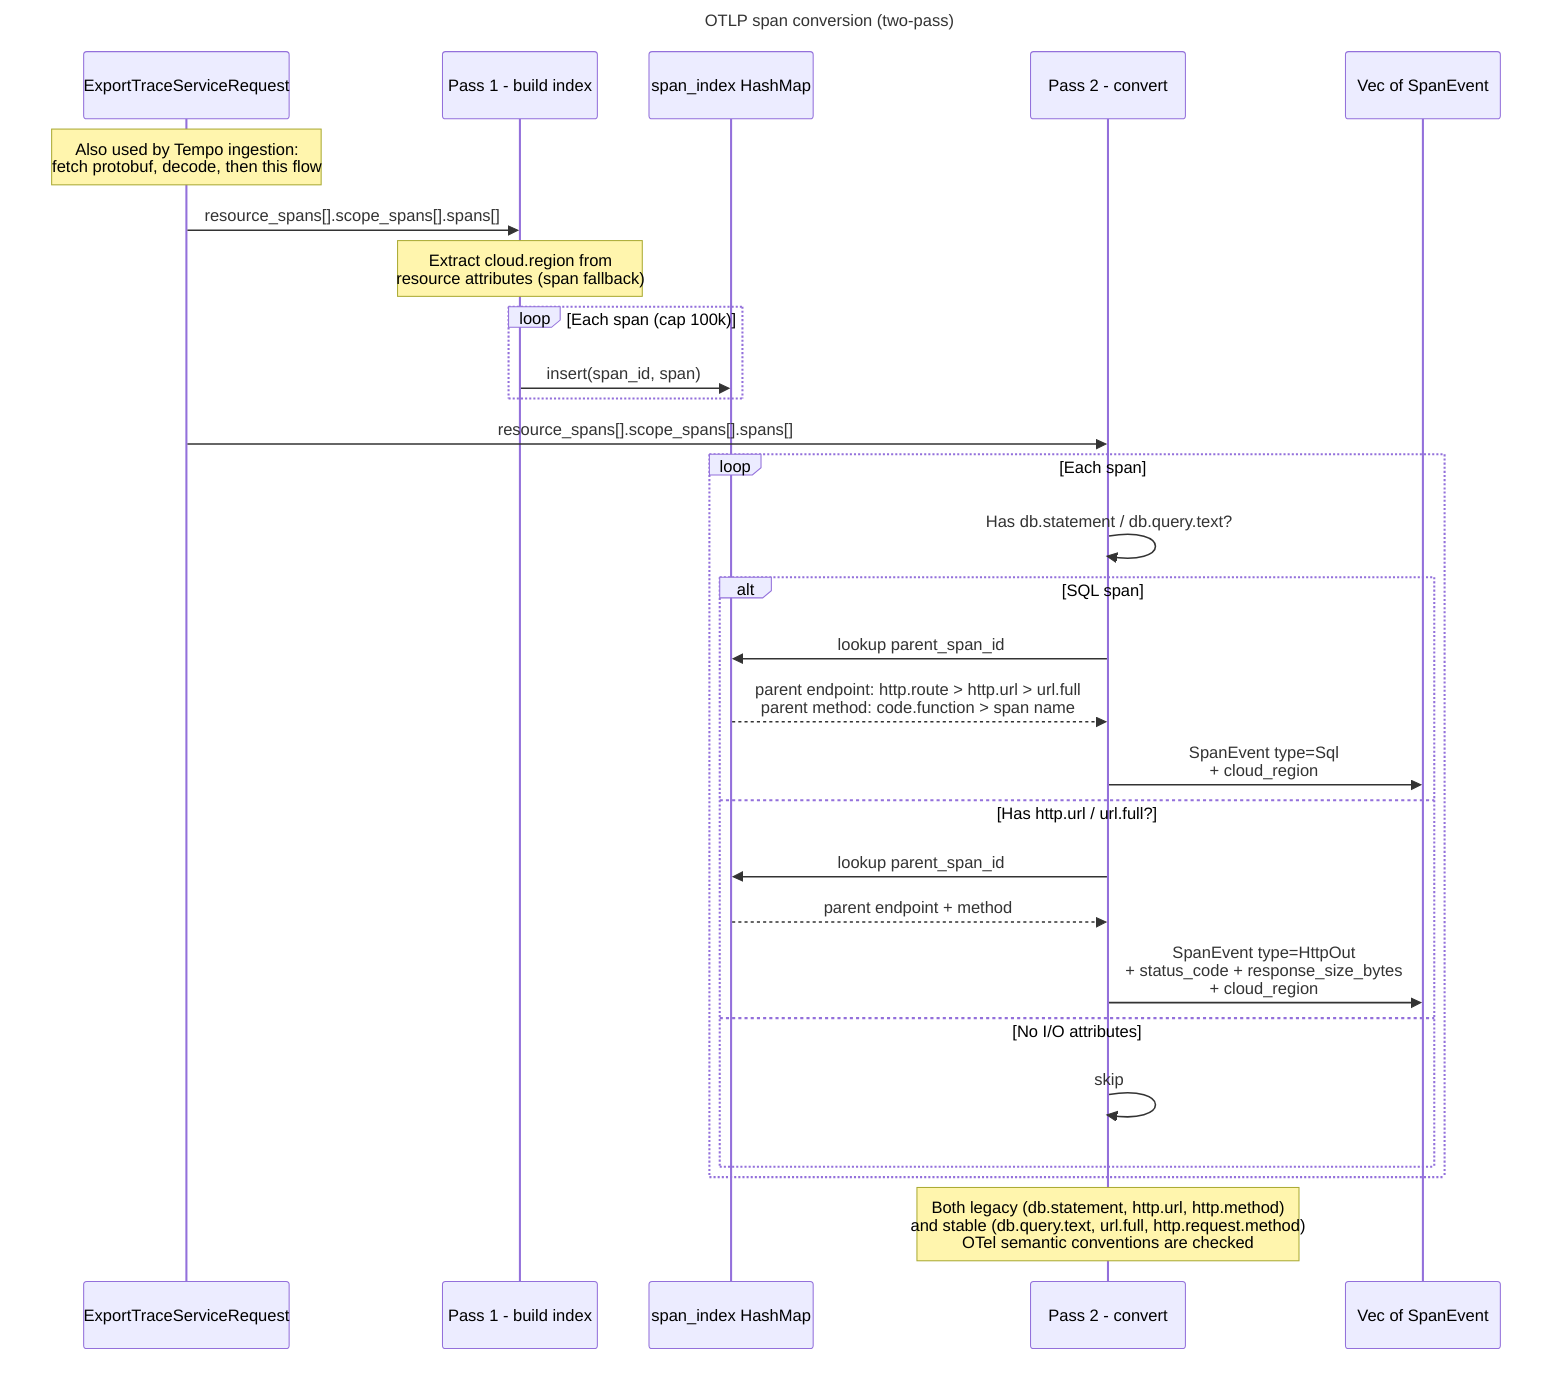
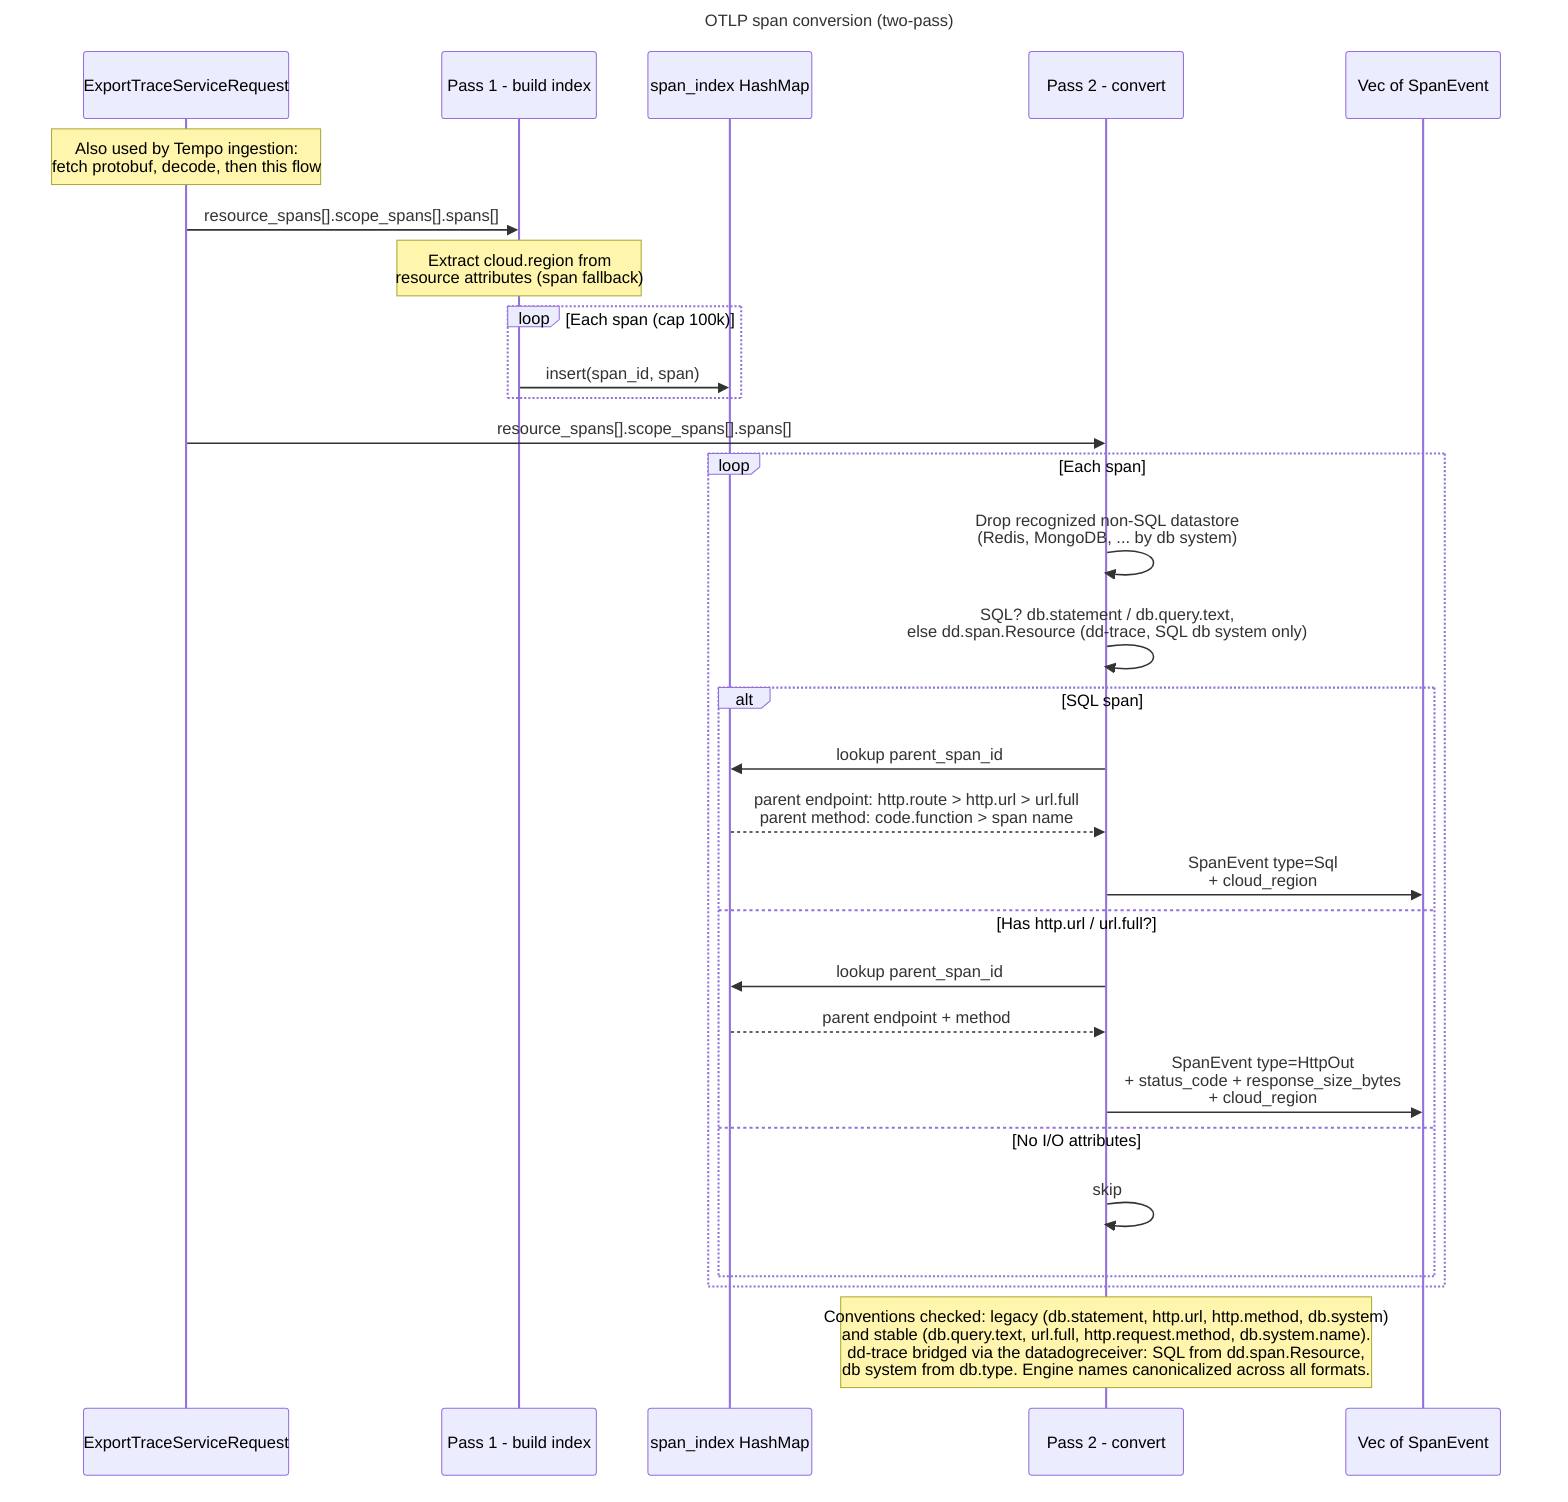
---
title: OTLP span conversion (two-pass)
---
sequenceDiagram
    participant Req as ExportTraceServiceRequest
    participant P1 as Pass 1 - build index
    participant Idx as span_index HashMap
    participant P2 as Pass 2 - convert
    participant Out as Vec of SpanEvent

    Note over Req: Also used by Tempo ingestion:<br/>fetch protobuf, decode, then this flow

    Req->>P1: resource_spans[].scope_spans[].spans[]
    Note over P1: Extract cloud.region from<br/>resource attributes (span fallback)
    loop Each span (cap 100k)
        P1->>Idx: insert(span_id, span)
    end

    Req->>P2: resource_spans[].scope_spans[].spans[]
    loop Each span
-         P2->>P2: Has db.statement / db.query.text?
+         P2->>P2: Drop recognized non-SQL datastore<br/>(Redis, MongoDB, ... by db system)
+         P2->>P2: SQL? db.statement / db.query.text,<br/>else dd.span.Resource (dd-trace, SQL db system only)
        alt SQL span
            P2->>Idx: lookup parent_span_id
            Idx-->>P2: parent endpoint: http.route > http.url > url.full<br/>parent method: code.function > span name
            P2->>Out: SpanEvent type=Sql<br/>+ cloud_region
        else Has http.url / url.full?
            P2->>Idx: lookup parent_span_id
            Idx-->>P2: parent endpoint + method
            P2->>Out: SpanEvent type=HttpOut<br/>+ status_code + response_size_bytes<br/>+ cloud_region
        else No I/O attributes
            P2->>P2: skip
        end
    end

-     Note over P2: Both legacy (db.statement, http.url, http.method)<br/>and stable (db.query.text, url.full, http.request.method)<br/>OTel semantic conventions are checked
+     Note over P2: Conventions checked: legacy (db.statement, http.url, http.method, db.system)<br/>and stable (db.query.text, url.full, http.request.method, db.system.name).<br/>dd-trace bridged via the datadogreceiver: SQL from dd.span.Resource,<br/>db system from db.type. Engine names canonicalized across all formats.
